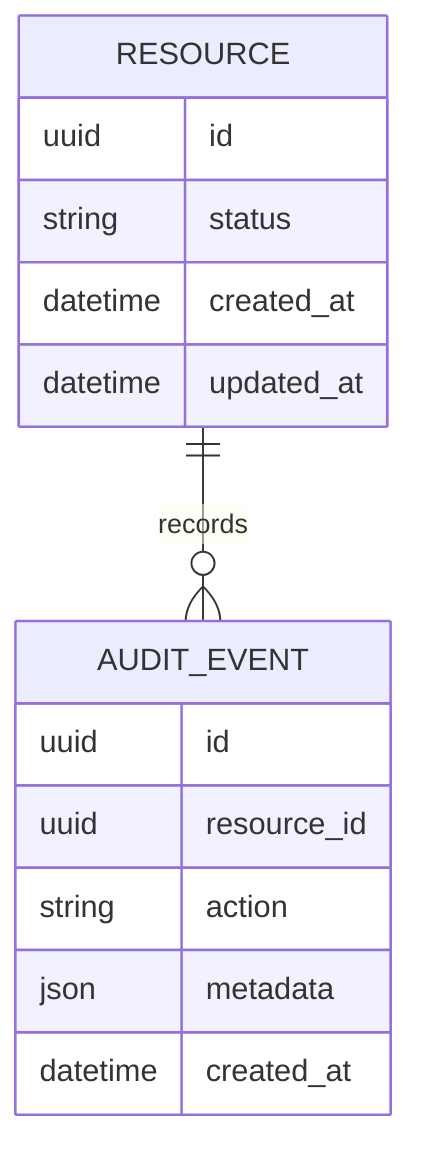
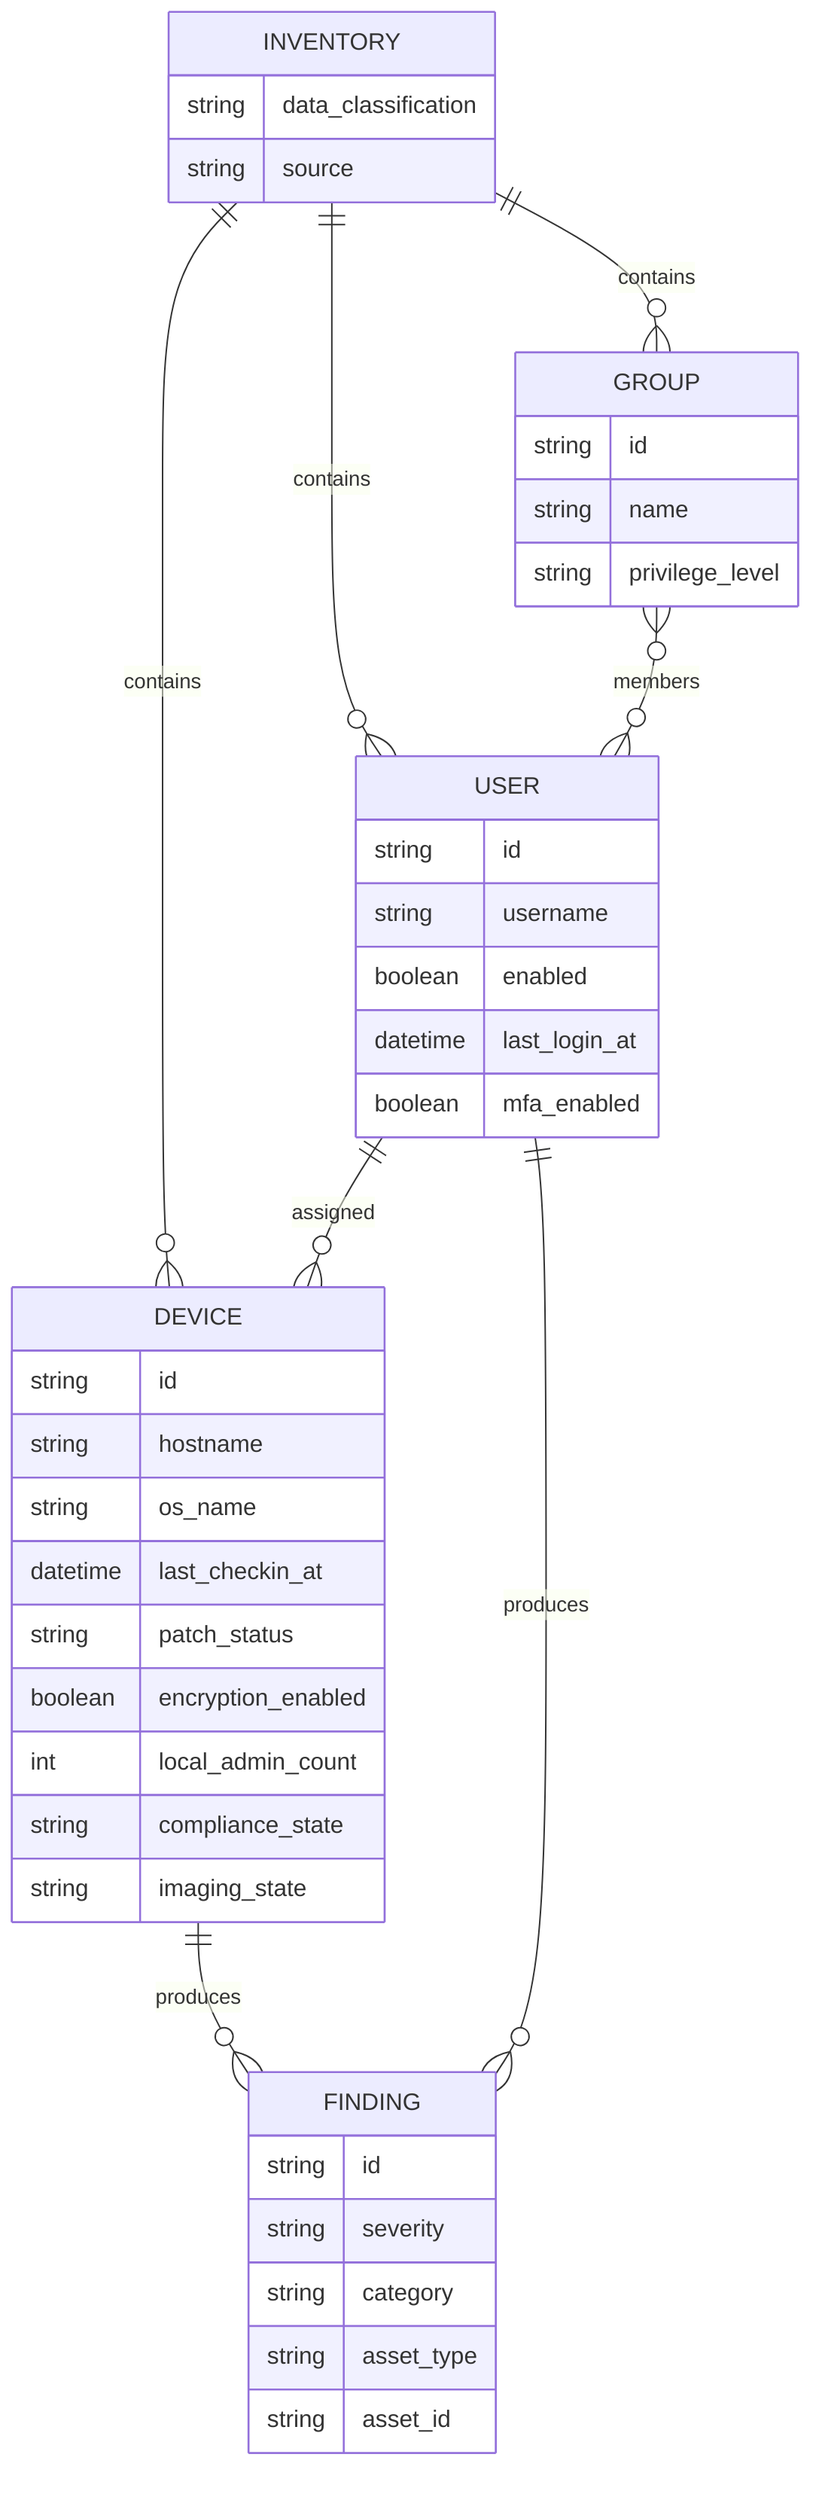
erDiagram
-     RESOURCE {
-         uuid id
-         string status
-         datetime created_at
-         datetime updated_at
+     INVENTORY ||--o{ USER : contains
+     INVENTORY ||--o{ DEVICE : contains
+     INVENTORY ||--o{ GROUP : contains
+     USER ||--o{ DEVICE : assigned
+     GROUP }o--o{ USER : members
+     DEVICE ||--o{ FINDING : produces
+     USER ||--o{ FINDING : produces
+ 
+     INVENTORY {
+         string data_classification
+         string source
    }

-     AUDIT_EVENT {
-         uuid id
-         uuid resource_id
-         string action
-         json metadata
-         datetime created_at
+     USER {
+         string id
+         string username
+         boolean enabled
+         datetime last_login_at
+         boolean mfa_enabled
    }

-     RESOURCE ||--o{ AUDIT_EVENT : records
+     DEVICE {
+         string id
+         string hostname
+         string os_name
+         datetime last_checkin_at
+         string patch_status
+         boolean encryption_enabled
+         int local_admin_count
+         string compliance_state
+         string imaging_state
+     }
+ 
+     GROUP {
+         string id
+         string name
+         string privilege_level
+     }
+ 
+     FINDING {
+         string id
+         string severity
+         string category
+         string asset_type
+         string asset_id
+     }
